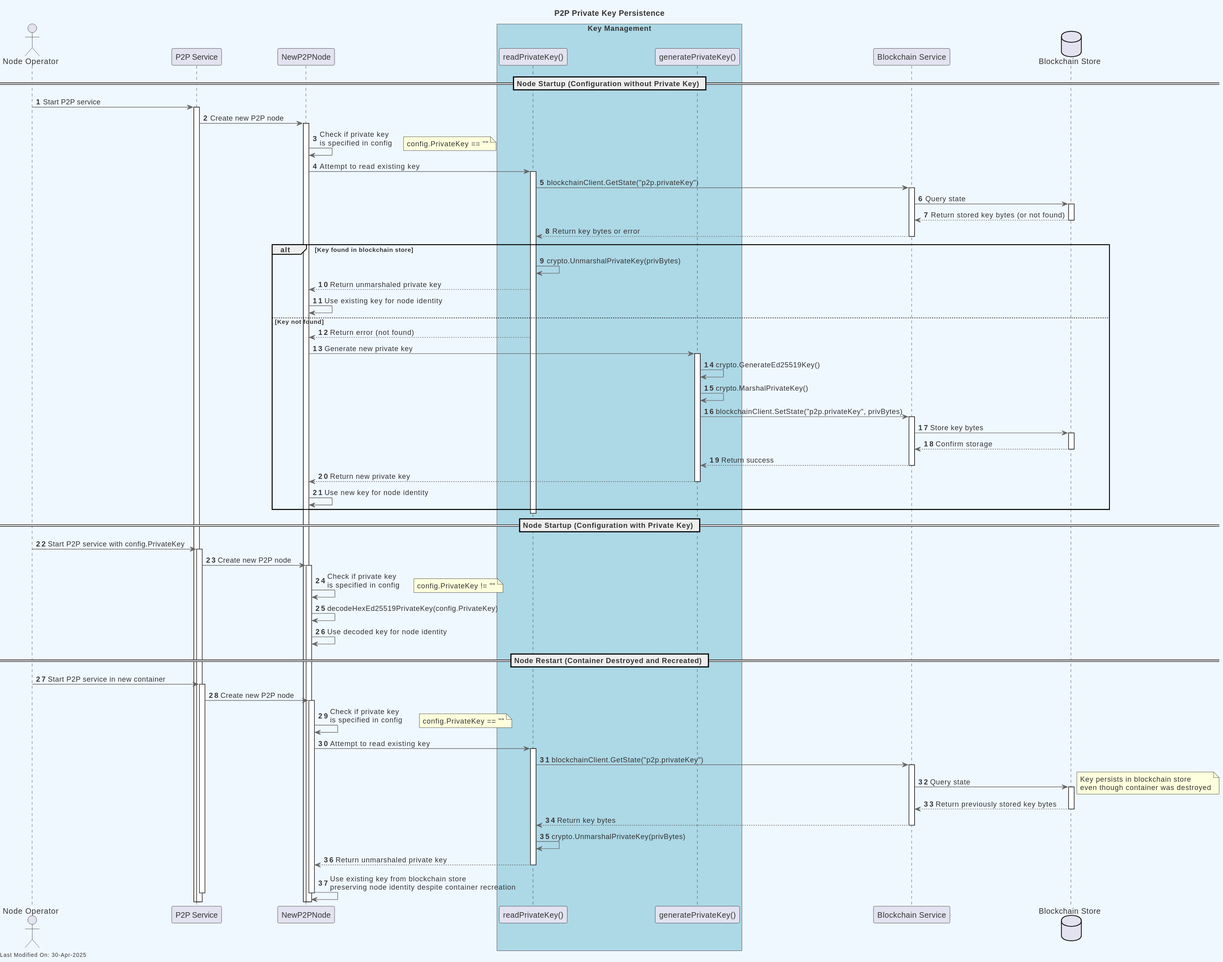
The PlantUML diagram docs/topics/services/img/plantuml/p2p/p2p_private_key_persistence.svg in freemans13/teranode, before a commit. Its diagram source:
```plantuml
@startuml
skinparam backgroundColor #F0F8FF
skinparam defaultFontColor #333333
skinparam arrowColor #666666

title P2P Private Key Persistence

actor "Node Operator" as operator
participant "P2P Service" as p2p
participant "NewP2PNode" as newp2p
box "Key Management" #LightBlue
    participant "readPrivateKey()" as readkey
    participant "generatePrivateKey()" as genkey
end box
participant "Blockchain Service" as blockchain
database "Blockchain Store" as store

autonumber

== Node Startup (Configuration without Private Key) ==

operator -> p2p: Start P2P service
activate p2p

p2p -> newp2p: Create new P2P node
activate newp2p

newp2p -> newp2p: Check if private key\nis specified in config
note right: config.PrivateKey == ""

newp2p -> readkey: Attempt to read existing key
activate readkey

readkey -> blockchain: blockchainClient.GetState("p2p.privateKey")
activate blockchain

blockchain -> store: Query state
activate store
store --> blockchain: Return stored key bytes (or not found)
deactivate store

blockchain --> readkey: Return key bytes or error
deactivate blockchain

alt Key found in blockchain store
    readkey -> readkey: crypto.UnmarshalPrivateKey(privBytes)
    readkey --> newp2p: Return unmarshaled private key
    newp2p -> newp2p: Use existing key for node identity
else Key not found
    readkey --> newp2p: Return error (not found)

    newp2p -> genkey: Generate new private key
    activate genkey

    genkey -> genkey: crypto.GenerateEd25519Key()
    genkey -> genkey: crypto.MarshalPrivateKey()

    genkey -> blockchain: blockchainClient.SetState("p2p.privateKey", privBytes)
    activate blockchain

    blockchain -> store: Store key bytes
    activate store
    store --> blockchain: Confirm storage
    deactivate store

    blockchain --> genkey: Return success
    deactivate blockchain

    genkey --> newp2p: Return new private key
    deactivate genkey

    newp2p -> newp2p: Use new key for node identity
end

deactivate readkey

== Node Startup (Configuration with Private Key) ==

operator -> p2p: Start P2P service with config.PrivateKey
activate p2p

p2p -> newp2p: Create new P2P node
activate newp2p

newp2p -> newp2p: Check if private key\nis specified in config
note right: config.PrivateKey != ""

newp2p -> newp2p: decodeHexEd25519PrivateKey(config.PrivateKey)
newp2p -> newp2p: Use decoded key for node identity

== Node Restart (Container Destroyed and Recreated) ==

operator -> p2p: Start P2P service in new container
activate p2p

p2p -> newp2p: Create new P2P node
activate newp2p

newp2p -> newp2p: Check if private key\nis specified in config
note right: config.PrivateKey == ""

newp2p -> readkey: Attempt to read existing key
activate readkey

readkey -> blockchain: blockchainClient.GetState("p2p.privateKey")
activate blockchain

blockchain -> store: Query state
activate store
note right: Key persists in blockchain store\neven though container was destroyed
store --> blockchain: Return previously stored key bytes
deactivate store

blockchain --> readkey: Return key bytes
deactivate blockchain

readkey -> readkey: crypto.UnmarshalPrivateKey(privBytes)
readkey --> newp2p: Return unmarshaled private key
deactivate readkey

newp2p -> newp2p: Use existing key from blockchain store\npreserving node identity despite container recreation

deactivate newp2p
deactivate p2p

left footer Last Modified On: %date("dd-MMM-yyyy")
@enduml
```
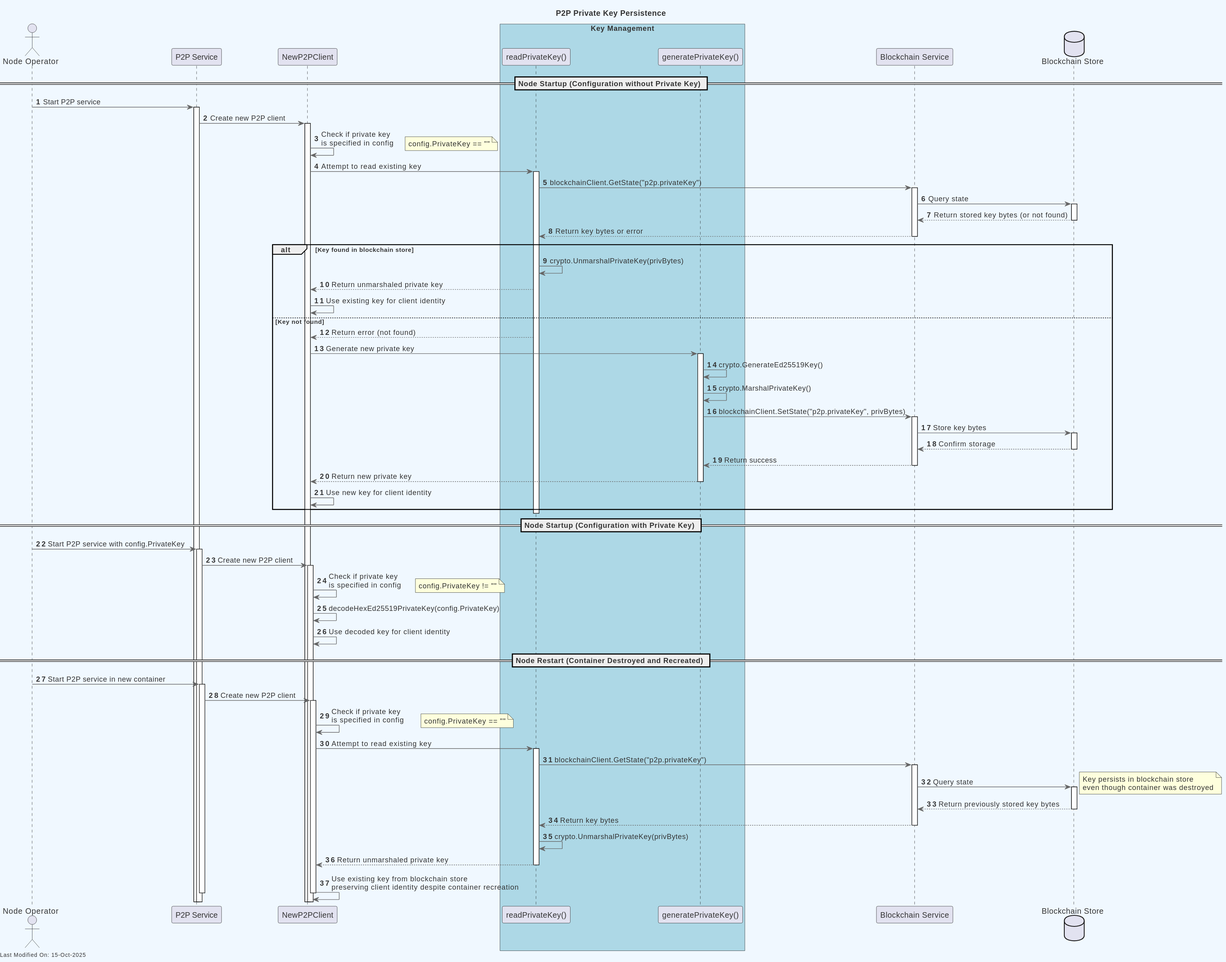
Above is the later version.

Commit message:
docs: Update P2P documentation to reflect P2PNode to P2PClient rename (#4258)

Diff of the diagram source:
```diff
@@ -7,7 +7,7 @@
 
 actor "Node Operator" as operator
 participant "P2P Service" as p2p
-participant "NewP2PNode" as newp2p
+participant "NewP2PClient" as newp2p
 box "Key Management" #LightBlue
     participant "readPrivateKey()" as readkey
     participant "generatePrivateKey()" as genkey
@@ -22,7 +22,7 @@
 operator -> p2p: Start P2P service
 activate p2p
 
-p2p -> newp2p: Create new P2P node
+p2p -> newp2p: Create new P2P client
 activate newp2p
 
 newp2p -> newp2p: Check if private key\nis specified in config
@@ -45,7 +45,7 @@
 alt Key found in blockchain store
     readkey -> readkey: crypto.UnmarshalPrivateKey(privBytes)
     readkey --> newp2p: Return unmarshaled private key
-    newp2p -> newp2p: Use existing key for node identity
+    newp2p -> newp2p: Use existing key for client identity
 else Key not found
     readkey --> newp2p: Return error (not found)
 
@@ -69,7 +69,7 @@
     genkey --> newp2p: Return new private key
     deactivate genkey
 
-    newp2p -> newp2p: Use new key for node identity
+    newp2p -> newp2p: Use new key for client identity
 end
 
 deactivate readkey
@@ -79,21 +79,21 @@
 operator -> p2p: Start P2P service with config.PrivateKey
 activate p2p
 
-p2p -> newp2p: Create new P2P node
+p2p -> newp2p: Create new P2P client
 activate newp2p
 
 newp2p -> newp2p: Check if private key\nis specified in config
 note right: config.PrivateKey != ""
 
 newp2p -> newp2p: decodeHexEd25519PrivateKey(config.PrivateKey)
-newp2p -> newp2p: Use decoded key for node identity
+newp2p -> newp2p: Use decoded key for client identity
 
 == Node Restart (Container Destroyed and Recreated) ==
 
 operator -> p2p: Start P2P service in new container
 activate p2p
 
-p2p -> newp2p: Create new P2P node
+p2p -> newp2p: Create new P2P client
 activate newp2p
 
 newp2p -> newp2p: Check if private key\nis specified in config
@@ -118,7 +118,7 @@
 readkey --> newp2p: Return unmarshaled private key
 deactivate readkey
 
-newp2p -> newp2p: Use existing key from blockchain store\npreserving node identity despite container recreation
+newp2p -> newp2p: Use existing key from blockchain store\npreserving client identity despite container recreation
 
 deactivate newp2p
 deactivate p2p
```
